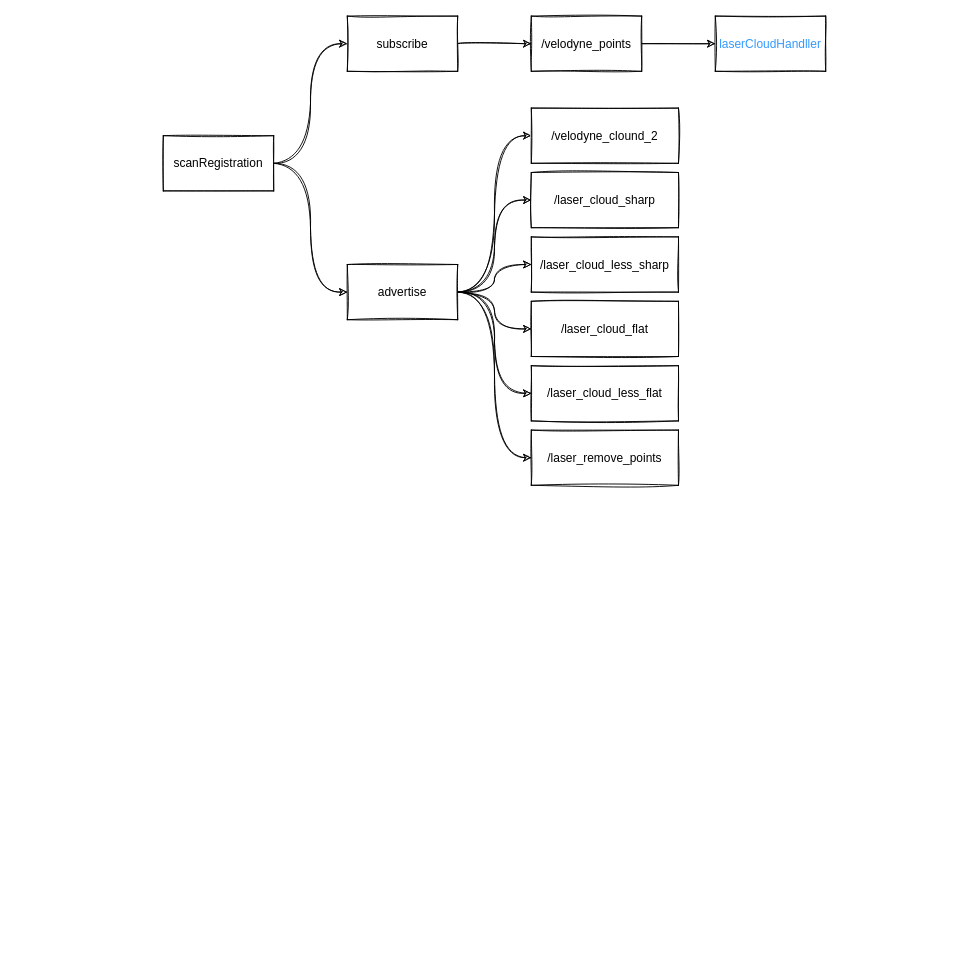
The draw.io diagram loam.drawio in yzqttt/diagrams, before the edit. Source tidied: cells renumbered, new cells numbered last; positions are measured from the earlier drawing's top-left corner, leaving out a move shared by most shapes. Both pictures are drawn from the tidied source at 92%, with x=0, y=0 at pixel (163, 16).
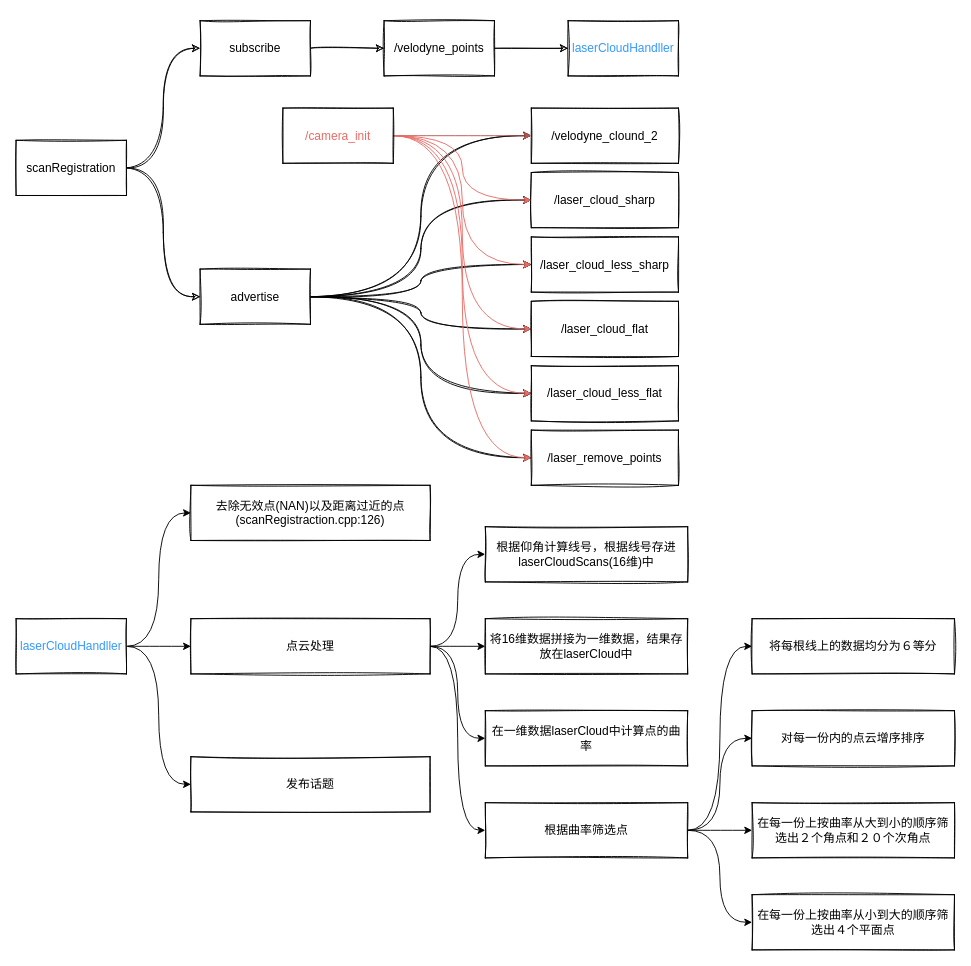
After the change.

The change refers to these unchanged cells:
```xml
<mxCell id="17" value="/velodyne_clound_2" style="rounded=0;whiteSpace=wrap;html=1;sketch=1;fontSize=13;" parent="1" vertex="1">
  <mxGeometry x="400" y="100" width="160" height="60" as="geometry" />
</mxCell>
<mxCell id="18" value="/laser_cloud_sharp" style="rounded=0;whiteSpace=wrap;html=1;sketch=1;fontSize=13;" parent="1" vertex="1">
  <mxGeometry x="400" y="170" width="160" height="60" as="geometry" />
</mxCell>
<mxCell id="19" value="/laser_cloud_less_sharp" style="rounded=0;whiteSpace=wrap;html=1;sketch=1;fontSize=13;" parent="1" vertex="1">
  <mxGeometry x="400" y="240" width="160" height="60" as="geometry" />
</mxCell>
<mxCell id="20" value="/laser_cloud_flat" style="rounded=0;whiteSpace=wrap;html=1;sketch=1;fontSize=13;" parent="1" vertex="1">
  <mxGeometry x="400" y="310" width="160" height="60" as="geometry" />
</mxCell>
<mxCell id="21" value="/laser_cloud_less_flat" style="rounded=0;whiteSpace=wrap;html=1;sketch=1;fontSize=13;" parent="1" vertex="1">
  <mxGeometry x="400" y="380" width="160" height="60" as="geometry" />
</mxCell>
<mxCell id="22" value="/laser_remove_points" style="rounded=0;whiteSpace=wrap;html=1;sketch=1;fontSize=13;" parent="1" vertex="1">
  <mxGeometry x="400" y="450" width="160" height="60" as="geometry" />
</mxCell>
```

Diff of the diagram source:
```diff
@@
     <mxCell id="4" value="&lt;div style=&quot;font-size: 13px;&quot;&gt;scanRegistration&lt;/div&gt;" style="rounded=0;whiteSpace=wrap;html=1;sketch=1;fontSize=13;" parent="1" vertex="1">
-      <mxGeometry y="130" width="120" height="60" as="geometry" />
+      <mxGeometry x="-160" y="135" width="120" height="60" as="geometry" />
     </mxCell>
@@
     <mxCell id="6" value="subscribe" style="rounded=0;whiteSpace=wrap;html=1;sketch=1;fontSize=13;" parent="1" vertex="1">
-      <mxGeometry x="200" width="120" height="60" as="geometry" />
+      <mxGeometry x="40" y="5" width="120" height="60" as="geometry" />
     </mxCell>
@@
     <mxCell id="13" value="advertise" style="rounded=0;whiteSpace=wrap;html=1;sketch=1;fontSize=13;" parent="1" vertex="1">
-      <mxGeometry x="200" y="270" width="120" height="60" as="geometry" />
+      <mxGeometry x="40" y="275" width="120" height="60" as="geometry" />
     </mxCell>
     <mxCell id="14" style="edgeStyle=orthogonalEdgeStyle;curved=1;sketch=1;jettySize=auto;html=1;fontSize=13;" parent="1" edge="1" source="15">
       <mxGeometry relative="1" as="geometry">
-        <mxPoint x="600" y="30" as="targetPoint" />
+        <mxPoint x="440" y="35" as="targetPoint" />
       </mxGeometry>
     </mxCell>
     <mxCell id="15" value="/velodyne_points" style="rounded=0;whiteSpace=wrap;html=1;sketch=1;fontSize=13;" parent="1" vertex="1">
-      <mxGeometry x="400" width="120" height="60" as="geometry" />
+      <mxGeometry x="240" y="5" width="120" height="60" as="geometry" />
     </mxCell>
     <mxCell id="16" value="laserCloudHandller" style="rounded=0;whiteSpace=wrap;html=1;sketch=1;fontSize=13;fontColor=#3399FF;" parent="1" vertex="1">
-      <mxGeometry x="600" width="120" height="60" as="geometry" />
+      <mxGeometry x="440" y="5" width="120" height="60" as="geometry" />
     </mxCell>
@@
+    <mxCell id="23" style="edgeStyle=orthogonalEdgeStyle;jettySize=auto;html=1;entryX=0;entryY=0.5;entryDx=0;entryDy=0;curved=1;" parent="1" edge="1" source="26" target="27">
+      <mxGeometry relative="1" as="geometry" />
+    </mxCell>
+    <mxCell id="24" style="edgeStyle=orthogonalEdgeStyle;curved=1;jettySize=auto;html=1;entryX=0;entryY=0.5;entryDx=0;entryDy=0;" parent="1" edge="1" source="26" target="32">
+      <mxGeometry relative="1" as="geometry" />
+    </mxCell>
+    <mxCell id="25" style="edgeStyle=orthogonalEdgeStyle;curved=1;jettySize=auto;html=1;entryX=0;entryY=0.5;entryDx=0;entryDy=0;" parent="1" edge="1" source="26" target="45">
+      <mxGeometry relative="1" as="geometry" />
+    </mxCell>
+    <mxCell id="26" value="laserCloudHandller" style="rounded=0;whiteSpace=wrap;html=1;sketch=1;fontSize=13;fontColor=#3399FF;" parent="1" vertex="1">
+      <mxGeometry x="-160" y="655" width="120" height="60" as="geometry" />
+    </mxCell>
+    <mxCell id="27" value="去除无效点(NAN)以及距离过近的点(scanRegistraction.cpp:126)" style="rounded=0;whiteSpace=wrap;html=1;sketch=1;fontSize=13;" parent="1" vertex="1">
+      <mxGeometry x="30" y="510" width="260" height="60" as="geometry" />
+    </mxCell>
+    <mxCell id="28" style="edgeStyle=orthogonalEdgeStyle;curved=1;jettySize=auto;html=1;entryX=0;entryY=0.5;entryDx=0;entryDy=0;" parent="1" edge="1" source="32" target="33">
+      <mxGeometry relative="1" as="geometry" />
+    </mxCell>
+    <mxCell id="29" style="edgeStyle=orthogonalEdgeStyle;curved=1;jettySize=auto;html=1;entryX=0;entryY=0.5;entryDx=0;entryDy=0;" parent="1" edge="1" source="32" target="34">
+      <mxGeometry relative="1" as="geometry" />
+    </mxCell>
+    <mxCell id="30" style="edgeStyle=orthogonalEdgeStyle;curved=1;jettySize=auto;html=1;entryX=0;entryY=0.5;entryDx=0;entryDy=0;" parent="1" edge="1" source="32" target="35">
+      <mxGeometry relative="1" as="geometry" />
+    </mxCell>
+    <mxCell id="31" style="edgeStyle=orthogonalEdgeStyle;curved=1;jettySize=auto;html=1;entryX=0;entryY=0.5;entryDx=0;entryDy=0;" parent="1" edge="1" source="32" target="40">
+      <mxGeometry relative="1" as="geometry">
+        <Array as="points">
+          <mxPoint x="320" y="685" />
+          <mxPoint x="320" y="885" />
+        </Array>
+      </mxGeometry>
+    </mxCell>
+    <mxCell id="32" value="点云处理" style="rounded=0;whiteSpace=wrap;html=1;sketch=1;fontSize=13;" parent="1" vertex="1">
+      <mxGeometry x="30" y="655" width="260" height="60" as="geometry" />
+    </mxCell>
+    <mxCell id="33" value="&lt;div&gt;根据仰角计算线号，根据线号存进&lt;/div&gt;&lt;div&gt;laserCloudScans(16维)中&lt;/div&gt;" style="rounded=0;whiteSpace=wrap;html=1;sketch=1;fontSize=13;" parent="1" vertex="1">
+      <mxGeometry x="350" y="555" width="220" height="60" as="geometry" />
+    </mxCell>
+    <mxCell id="34" value="将16维数据拼接为一维数据，结果存放在laserCloud中" style="rounded=0;whiteSpace=wrap;html=1;sketch=1;fontSize=13;" parent="1" vertex="1">
+      <mxGeometry x="350" y="655" width="220" height="60" as="geometry" />
+    </mxCell>
+    <mxCell id="35" value="在一维数据laserCloud中计算点的曲率" style="rounded=0;whiteSpace=wrap;html=1;sketch=1;fontSize=13;" parent="1" vertex="1">
+      <mxGeometry x="350" y="755" width="220" height="60" as="geometry" />
+    </mxCell>
+    <mxCell id="36" style="edgeStyle=orthogonalEdgeStyle;curved=1;jettySize=auto;html=1;entryX=0;entryY=0.5;entryDx=0;entryDy=0;" parent="1" edge="1" source="40" target="41">
+      <mxGeometry relative="1" as="geometry" />
+    </mxCell>
+    <mxCell id="37" style="edgeStyle=orthogonalEdgeStyle;curved=1;jettySize=auto;html=1;entryX=0;entryY=0.5;entryDx=0;entryDy=0;" parent="1" edge="1" source="40" target="44">
+      <mxGeometry relative="1" as="geometry" />
+    </mxCell>
+    <mxCell id="38" style="edgeStyle=orthogonalEdgeStyle;curved=1;jettySize=auto;html=1;entryX=0;entryY=0.5;entryDx=0;entryDy=0;" parent="1" edge="1" source="40" target="42">
+      <mxGeometry relative="1" as="geometry" />
+    </mxCell>
+    <mxCell id="39" style="edgeStyle=orthogonalEdgeStyle;curved=1;jettySize=auto;html=1;entryX=0;entryY=0.5;entryDx=0;entryDy=0;" parent="1" edge="1" source="40" target="43">
+      <mxGeometry relative="1" as="geometry" />
+    </mxCell>
+    <mxCell id="40" value="根据曲率筛选点" style="rounded=0;whiteSpace=wrap;html=1;sketch=1;fontSize=13;" parent="1" vertex="1">
+      <mxGeometry x="350" y="855" width="220" height="60" as="geometry" />
+    </mxCell>
+    <mxCell id="41" value="将每根线上的数据均分为６等分" style="rounded=0;whiteSpace=wrap;html=1;sketch=1;fontSize=13;" parent="1" vertex="1">
+      <mxGeometry x="640" y="655" width="220" height="60" as="geometry" />
+    </mxCell>
+    <mxCell id="42" value="在每一份上按曲率从大到小的顺序筛选出２个角点和２０个次角点" style="rounded=0;whiteSpace=wrap;html=1;sketch=1;fontSize=13;" parent="1" vertex="1">
+      <mxGeometry x="640" y="855" width="220" height="60" as="geometry" />
+    </mxCell>
+    <mxCell id="43" value="在每一份上按曲率从小到大的顺序筛选出４个平面点" style="rounded=0;whiteSpace=wrap;html=1;sketch=1;fontSize=13;" parent="1" vertex="1">
+      <mxGeometry x="640" y="955" width="220" height="60" as="geometry" />
+    </mxCell>
+    <mxCell id="44" value="对每一份内的点云增序排序" style="rounded=0;whiteSpace=wrap;html=1;sketch=1;fontSize=13;" parent="1" vertex="1">
+      <mxGeometry x="640" y="755" width="220" height="60" as="geometry" />
+    </mxCell>
+    <mxCell id="45" value="发布话题" style="rounded=0;whiteSpace=wrap;html=1;sketch=1;fontSize=13;" parent="1" vertex="1">
+      <mxGeometry x="30" y="805" width="260" height="60" as="geometry" />
+    </mxCell>
+    <mxCell id="46" style="edgeStyle=orthogonalEdgeStyle;curved=1;jettySize=auto;html=1;entryX=0;entryY=0.5;entryDx=0;entryDy=0;fontColor=#EA6B66;strokeColor=#b85450;fillColor=#f8cecc;" parent="1" edge="1" source="52" target="17">
+      <mxGeometry relative="1" as="geometry" />
+    </mxCell>
+    <mxCell id="47" style="edgeStyle=orthogonalEdgeStyle;curved=1;jettySize=auto;html=1;entryX=0;entryY=0.5;entryDx=0;entryDy=0;fontColor=#EA6B66;strokeColor=#EA6B66;" parent="1" edge="1" source="52" target="18">
+      <mxGeometry relative="1" as="geometry" />
+    </mxCell>
+    <mxCell id="48" style="edgeStyle=orthogonalEdgeStyle;curved=1;jettySize=auto;html=1;entryX=0;entryY=0.5;entryDx=0;entryDy=0;fontColor=#EA6B66;strokeColor=#EA6B66;" parent="1" edge="1" source="52" target="19">
+      <mxGeometry relative="1" as="geometry" />
+    </mxCell>
+    <mxCell id="49" style="edgeStyle=orthogonalEdgeStyle;curved=1;jettySize=auto;html=1;entryX=0;entryY=0.5;entryDx=0;entryDy=0;fontColor=#EA6B66;strokeColor=#EA6B66;" parent="1" edge="1" source="52" target="20">
+      <mxGeometry relative="1" as="geometry" />
+    </mxCell>
+    <mxCell id="50" style="edgeStyle=orthogonalEdgeStyle;curved=1;jettySize=auto;html=1;entryX=0;entryY=0.5;entryDx=0;entryDy=0;fontColor=#EA6B66;strokeColor=#EA6B66;" parent="1" edge="1" source="52" target="21">
+      <mxGeometry relative="1" as="geometry" />
+    </mxCell>
+    <mxCell id="51" style="edgeStyle=orthogonalEdgeStyle;curved=1;jettySize=auto;html=1;entryX=0;entryY=0.5;entryDx=0;entryDy=0;fontColor=#EA6B66;strokeColor=#EA6B66;" parent="1" edge="1" source="52" target="22">
+      <mxGeometry relative="1" as="geometry" />
+    </mxCell>
+    <mxCell id="52" value="&lt;font color=&quot;#EA6B66&quot;&gt;/camera_init&lt;/font&gt;" style="rounded=0;whiteSpace=wrap;html=1;sketch=1;fontSize=13;" parent="1" vertex="1">
+      <mxGeometry x="130" y="100" width="120" height="60" as="geometry" />
+    </mxCell>
```
